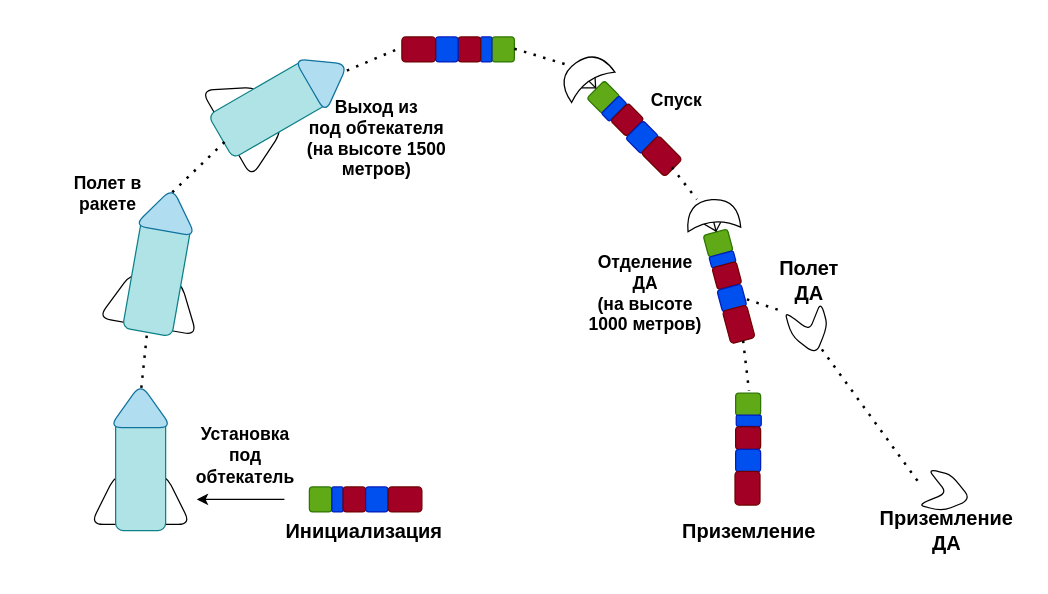
Above: doc/программа полета.drawio in cansat-tsniimash/cansat-KNPN-S (draw.io), before the change. Source tidied: cells renumbered, new cells numbered last; positions are measured from the earlier drawing's top-left corner, leaving out a move shared by most shapes. Both pictures are drawn from the tidied source at 125%, with x=0, y=0 at pixel (46, 26).
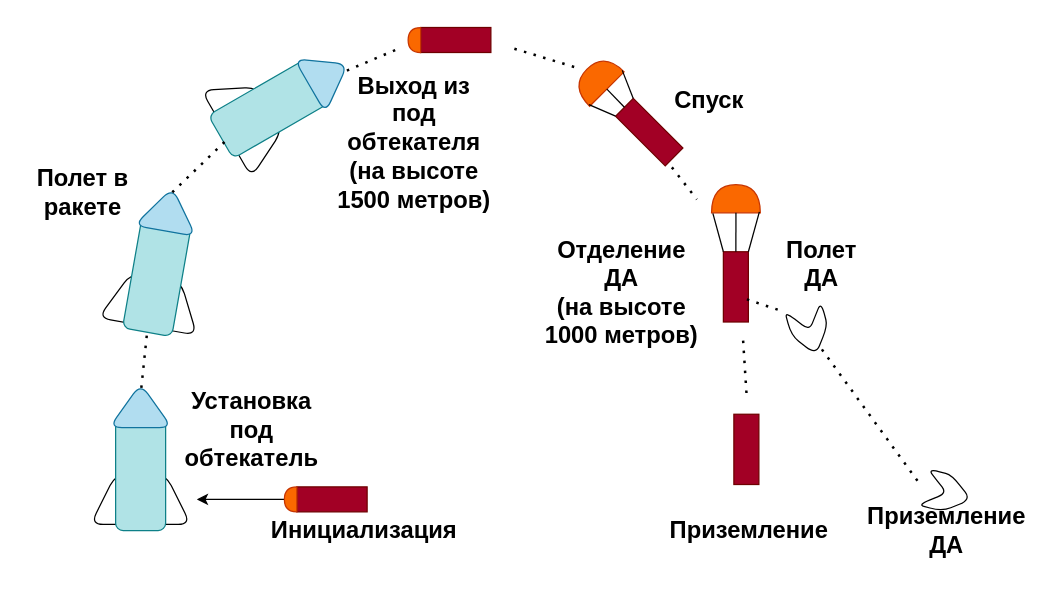
After the change.

Unchanged cells that the change refers to:
```xml
<mxCell id="47" style="group;rotation=30;" parent="1" vertex="1">
  <mxGeometry x="490" y="138" width="103.1" height="103.7" as="geometry" />
</mxCell>
<mxCell id="60" style="group;rotation=45;" parent="1" vertex="1">
  <mxGeometry x="510" y="288" width="103.1" height="130" as="geometry" />
</mxCell>
```

The edit, as a diff of the source:
```diff
@@
-    <mxCell id="2" value="&lt;font style=&quot;font-size: 16px;&quot;&gt;&lt;b&gt;Инициализация&lt;/b&gt;&lt;/font&gt;" style="text;html=1;align=center;verticalAlign=middle;whiteSpace=wrap;rounded=0;" parent="1" vertex="1">
+    <mxCell id="2" value="&lt;font&gt;&lt;b&gt;Инициализация&lt;/b&gt;&lt;/font&gt;" style="text;html=1;align=center;verticalAlign=middle;whiteSpace=wrap;rounded=0;fontSize=19;" parent="1" vertex="1">
       <mxGeometry x="224" y="388" width="60" height="30" as="geometry" />
     </mxCell>
@@
-    <mxCell id="4" value="&lt;font&gt;&lt;b&gt;Установка под обтекатель&lt;/b&gt;&lt;/font&gt;" style="text;html=1;align=center;verticalAlign=middle;whiteSpace=wrap;rounded=0;fontSize=14;" parent="1" vertex="1">
-      <mxGeometry x="110" y="328" width="97.5" height="30" as="geometry" />
+    <mxCell id="4" value="&lt;font&gt;&lt;b&gt;Установка под обтекатель&lt;/b&gt;&lt;/font&gt;" style="text;html=1;align=center;verticalAlign=middle;whiteSpace=wrap;rounded=0;fontSize=19;" parent="1" vertex="1">
+      <mxGeometry x="115" y="308" width="97.5" height="30" as="geometry" />
     </mxCell>
@@
-    <mxCell id="14" value="&lt;font&gt;&lt;b&gt;Полет в&lt;/b&gt;&lt;/font&gt;&lt;div&gt;&lt;font&gt;&lt;b&gt;ракете&lt;/b&gt;&lt;/font&gt;&lt;/div&gt;" style="text;html=1;align=center;verticalAlign=middle;whiteSpace=wrap;rounded=0;fontSize=14;" parent="1" vertex="1">
-      <mxGeometry y="118" width="97.5" height="30" as="geometry" />
+    <mxCell id="14" value="&lt;font&gt;&lt;b&gt;Полет в&lt;/b&gt;&lt;/font&gt;&lt;div&gt;&lt;font&gt;&lt;b&gt;ракете&lt;/b&gt;&lt;/font&gt;&lt;/div&gt;" style="text;html=1;align=center;verticalAlign=middle;whiteSpace=wrap;rounded=0;fontSize=19;" parent="1" vertex="1">
+      <mxGeometry x="-20" y="118" width="97.5" height="30" as="geometry" />
     </mxCell>
@@
-    <mxCell id="20" value="&lt;b&gt;Выход из&lt;/b&gt;&lt;div&gt;&lt;b&gt;под обтекателя&lt;/b&gt;&lt;/div&gt;&lt;div&gt;&lt;b&gt;(на высоте 1500 метров)&lt;/b&gt;&lt;/div&gt;" style="text;html=1;align=center;verticalAlign=middle;whiteSpace=wrap;rounded=0;fontSize=14;" parent="1" vertex="1">
-      <mxGeometry x="200" y="74.2" width="127.5" height="30" as="geometry" />
+    <mxCell id="20" value="&lt;b&gt;Выход из&lt;/b&gt;&lt;div&gt;&lt;b&gt;под обтекателя&lt;/b&gt;&lt;/div&gt;&lt;div&gt;&lt;b&gt;(на высоте 1500 метров)&lt;/b&gt;&lt;/div&gt;" style="text;html=1;align=center;verticalAlign=middle;whiteSpace=wrap;rounded=0;fontSize=19;" parent="1" vertex="1">
+      <mxGeometry x="230.2" y="78" width="127.5" height="30" as="geometry" />
     </mxCell>
-    <mxCell id="21" style="group;" parent="1" vertex="1">
-      <mxGeometry x="210" y="368" width="90" height="20" as="geometry" />
-    </mxCell>
-    <mxCell id="22" style="rounded=1;whiteSpace=wrap;html=1;fillColor=#60a917;fontColor=#ffffff;strokeColor=#2D7600;" parent="21" vertex="1">
-      <mxGeometry width="18" height="20" as="geometry" />
-    </mxCell>
-    <mxCell id="23" style="rounded=1;whiteSpace=wrap;html=1;fillColor=#0050ef;fontColor=#ffffff;strokeColor=#001DBC;" parent="21" vertex="1">
-      <mxGeometry x="18" width="9" height="20" as="geometry" />
-    </mxCell>
-    <mxCell id="24" style="rounded=1;whiteSpace=wrap;html=1;fillColor=#a20025;fontColor=#ffffff;strokeColor=#6F0000;direction=south;" parent="21" vertex="1">
-      <mxGeometry x="27" width="18" height="20" as="geometry" />
-    </mxCell>
-    <mxCell id="25" style="rounded=1;whiteSpace=wrap;html=1;fillColor=#0050ef;fontColor=#ffffff;strokeColor=#001DBC;" parent="21" vertex="1">
-      <mxGeometry x="45" width="18" height="20" as="geometry" />
-    </mxCell>
-    <mxCell id="26" style="rounded=1;whiteSpace=wrap;html=1;fillColor=#a20025;fontColor=#ffffff;strokeColor=#6F0000;" parent="21" vertex="1">
-      <mxGeometry x="63" width="27" height="20" as="geometry" />
-    </mxCell>
@@
-    <mxCell id="28" style="group;rotation=-180;" parent="1" vertex="1">
-      <mxGeometry x="284" y="8" width="90" height="20" as="geometry" />
-    </mxCell>
-    <mxCell id="29" style="rounded=1;whiteSpace=wrap;html=1;fillColor=#60a917;fontColor=#ffffff;strokeColor=#2D7600;rotation=-180;" parent="28" vertex="1">
-      <mxGeometry x="72" width="18" height="20" as="geometry" />
-    </mxCell>
-    <mxCell id="30" style="rounded=1;whiteSpace=wrap;html=1;fillColor=#0050ef;fontColor=#ffffff;strokeColor=#001DBC;rotation=-180;" parent="28" vertex="1">
-      <mxGeometry x="63" width="9" height="20" as="geometry" />
-    </mxCell>
-    <mxCell id="31" style="rounded=1;whiteSpace=wrap;html=1;fillColor=#a20025;fontColor=#ffffff;strokeColor=#6F0000;direction=south;rotation=-180;" parent="28" vertex="1">
-      <mxGeometry x="45" width="18" height="20" as="geometry" />
-    </mxCell>
-    <mxCell id="32" style="rounded=1;whiteSpace=wrap;html=1;fillColor=#0050ef;fontColor=#ffffff;strokeColor=#001DBC;rotation=-180;" parent="28" vertex="1">
-      <mxGeometry x="27" width="18" height="20" as="geometry" />
-    </mxCell>
-    <mxCell id="33" style="rounded=1;whiteSpace=wrap;html=1;fillColor=#a20025;fontColor=#ffffff;strokeColor=#6F0000;rotation=-180;" parent="28" vertex="1">
-      <mxGeometry width="27" height="20" as="geometry" />
-    </mxCell>
@@
-    <mxCell id="35" style="group;rotation=-30;" parent="1" vertex="1">
-      <mxGeometry x="429.3" y="15.4" width="57" height="117" as="geometry" />
-    </mxCell>
-    <mxCell id="36" style="group;rotation=45;" parent="35" vertex="1">
-      <mxGeometry x="-4" y="56" width="90" height="20" as="geometry" />
-    </mxCell>
-    <mxCell id="37" style="rounded=1;whiteSpace=wrap;html=1;fillColor=#60a917;fontColor=#ffffff;strokeColor=#2D7600;rotation=45;" parent="36" vertex="1">
-      <mxGeometry x="11" y="-25" width="18" height="20" as="geometry" />
-    </mxCell>
-    <mxCell id="38" style="rounded=1;whiteSpace=wrap;html=1;fillColor=#0050ef;fontColor=#ffffff;strokeColor=#001DBC;rotation=45;" parent="36" vertex="1">
-      <mxGeometry x="24" y="-16" width="9" height="20" as="geometry" />
-    </mxCell>
-    <mxCell id="39" style="rounded=1;whiteSpace=wrap;html=1;fillColor=#a20025;fontColor=#ffffff;strokeColor=#6F0000;direction=south;rotation=45;" parent="36" vertex="1">
-      <mxGeometry x="30" y="-7" width="18" height="20" as="geometry" />
-    </mxCell>
-    <mxCell id="40" style="rounded=1;whiteSpace=wrap;html=1;fillColor=#0050ef;fontColor=#ffffff;strokeColor=#001DBC;rotation=45;" parent="36" vertex="1">
-      <mxGeometry x="42" y="7" width="18" height="20" as="geometry" />
-    </mxCell>
-    <mxCell id="41" style="rounded=1;whiteSpace=wrap;html=1;fillColor=#a20025;fontColor=#ffffff;strokeColor=#6F0000;rotation=45;" parent="36" vertex="1">
-      <mxGeometry x="53" y="22" width="27" height="20" as="geometry" />
-    </mxCell>
-    <mxCell id="42" style="endArrow=none;html=1;rounded=0;exitX=-0.037;exitY=0.449;exitDx=0;exitDy=0;exitPerimeter=0;entryX=0.21;entryY=0.312;entryDx=0;entryDy=0;entryPerimeter=0;" parent="35" edge="1" source="37" target="43">
-      <mxGeometry relative="1" as="geometry" />
-    </mxCell>
-    <mxCell id="43" style="shape=xor;whiteSpace=wrap;html=1;rotation=-125;" parent="35" vertex="1">
-      <mxGeometry x="-11" y="2" width="23.9" height="42.3" as="geometry" />
-    </mxCell>
-    <mxCell id="44" style="endArrow=none;html=1;rounded=0;exitX=-0.014;exitY=0.453;exitDx=0;exitDy=0;exitPerimeter=0;entryX=0.25;entryY=0.5;entryDx=0;entryDy=0;entryPerimeter=0;" parent="35" edge="1" source="37" target="43">
-      <mxGeometry relative="1" as="geometry" />
-    </mxCell>
-    <mxCell id="45" style="endArrow=none;html=1;rounded=0;exitX=-0.047;exitY=0.452;exitDx=0;exitDy=0;exitPerimeter=0;entryX=0.224;entryY=0.631;entryDx=0;entryDy=0;entryPerimeter=0;" parent="35" edge="1" source="37" target="43">
-      <mxGeometry relative="1" as="geometry" />
-    </mxCell>
-    <mxCell id="46" value="&lt;b&gt;Спуск&lt;/b&gt;" style="text;html=1;align=center;verticalAlign=middle;whiteSpace=wrap;rounded=0;fontSize=14;" parent="1" vertex="1">
-      <mxGeometry x="440" y="44.2" width="127.5" height="30" as="geometry" />
+    <mxCell id="46" value="&lt;b&gt;Спуск&lt;/b&gt;" style="text;html=1;align=center;verticalAlign=middle;whiteSpace=wrap;rounded=0;fontSize=19;" parent="1" vertex="1">
+      <mxGeometry x="465.6" y="44.9" width="127.5" height="28.8" as="geometry" />
     </mxCell>
@@
-    <mxCell id="48" style="group;rotation=75;" parent="47" vertex="1">
-      <mxGeometry x="11" y="60" width="90" height="20" as="geometry" />
-    </mxCell>
-    <mxCell id="49" style="rounded=1;whiteSpace=wrap;html=1;fillColor=#60a917;fontColor=#ffffff;strokeColor=#2D7600;rotation=75;" parent="48" vertex="1">
-      <mxGeometry x="27" y="-35" width="18" height="20" as="geometry" />
-    </mxCell>
-    <mxCell id="50" style="rounded=1;whiteSpace=wrap;html=1;fillColor=#0050ef;fontColor=#ffffff;strokeColor=#001DBC;rotation=75;" parent="48" vertex="1">
-      <mxGeometry x="35" y="-22" width="9" height="20" as="geometry" />
-    </mxCell>
-    <mxCell id="51" style="rounded=1;whiteSpace=wrap;html=1;fillColor=#a20025;fontColor=#ffffff;strokeColor=#6F0000;direction=south;rotation=75;" parent="48" vertex="1">
-      <mxGeometry x="34" y="-9" width="18" height="20" as="geometry" />
-    </mxCell>
-    <mxCell id="52" style="rounded=1;whiteSpace=wrap;html=1;fillColor=#0050ef;fontColor=#ffffff;strokeColor=#001DBC;rotation=75;" parent="48" vertex="1">
-      <mxGeometry x="38" y="9" width="18" height="20" as="geometry" />
-    </mxCell>
-    <mxCell id="53" style="rounded=1;whiteSpace=wrap;html=1;fillColor=#a20025;fontColor=#ffffff;strokeColor=#6F0000;rotation=75;" parent="48" vertex="1">
-      <mxGeometry x="39" y="30" width="27" height="20" as="geometry" />
-    </mxCell>
-    <mxCell id="54" style="endArrow=none;html=1;rounded=0;exitX=-0.037;exitY=0.449;exitDx=0;exitDy=0;exitPerimeter=0;entryX=0.21;entryY=0.312;entryDx=0;entryDy=0;entryPerimeter=0;" parent="47" edge="1" source="49" target="55">
-      <mxGeometry relative="1" as="geometry" />
-    </mxCell>
-    <mxCell id="55" style="shape=xor;whiteSpace=wrap;html=1;rotation=-95;" parent="47" vertex="1">
-      <mxGeometry x="31" y="-9" width="23.9" height="42.3" as="geometry" />
-    </mxCell>
-    <mxCell id="56" style="endArrow=none;html=1;rounded=0;exitX=-0.014;exitY=0.453;exitDx=0;exitDy=0;exitPerimeter=0;entryX=0.25;entryY=0.5;entryDx=0;entryDy=0;entryPerimeter=0;" parent="47" edge="1" source="49" target="55">
-      <mxGeometry relative="1" as="geometry" />
-    </mxCell>
-    <mxCell id="57" style="endArrow=none;html=1;rounded=0;exitX=-0.047;exitY=0.452;exitDx=0;exitDy=0;exitPerimeter=0;entryX=0.224;entryY=0.631;entryDx=0;entryDy=0;entryPerimeter=0;" parent="47" edge="1" source="49" target="55">
-      <mxGeometry relative="1" as="geometry" />
-    </mxCell>
+    <mxCell id="75" style="rounded=0;whiteSpace=wrap;html=1;fillColor=#a20025;fontColor=#ffffff;strokeColor=#6F0000;rotation=90;" parent="47" vertex="1">
+      <mxGeometry x="33.1" y="60" width="56.2" height="20" as="geometry" />
+    </mxCell>
+    <mxCell id="76" style="shape=or;whiteSpace=wrap;html=1;rotation=-90;fillColor=#fa6800;fontColor=#000000;strokeColor=#C73500;" parent="47" vertex="1">
+      <mxGeometry x="50" y="-20" width="22.5" height="39" as="geometry" />
+    </mxCell>
+    <mxCell id="77" style="endArrow=none;html=1;rounded=0;entryX=-0.021;entryY=0.027;entryDx=0;entryDy=0;entryPerimeter=0;exitX=0;exitY=1;exitDx=0;exitDy=0;" parent="47" edge="1" source="75" target="76">
+      <mxGeometry relative="1" as="geometry" />
+    </mxCell>
+    <mxCell id="78" style="endArrow=none;html=1;rounded=0;exitX=0;exitY=0.5;exitDx=0;exitDy=0;entryX=0;entryY=0.5;entryDx=0;entryDy=0;entryPerimeter=0;" parent="47" edge="1" source="75" target="76">
+      <mxGeometry relative="1" as="geometry" />
+    </mxCell>
-    <mxCell id="58" value="&lt;font&gt;&lt;b&gt;Отделение&lt;/b&gt;&lt;/font&gt;&lt;div&gt;&lt;font&gt;&lt;b&gt;ДА&lt;/b&gt;&lt;/font&gt;&lt;/div&gt;&lt;div&gt;&lt;font&gt;&lt;b&gt;(на высоте 1000 метров)&lt;/b&gt;&lt;/font&gt;&lt;/div&gt;" style="text;html=1;align=center;verticalAlign=middle;whiteSpace=wrap;rounded=0;fontSize=14;" parent="47" vertex="1">
-      <mxGeometry x="-60" y="60" width="97.5" height="30" as="geometry" />
+    <mxCell id="58" value="&lt;font&gt;&lt;b&gt;Отделение&lt;/b&gt;&lt;/font&gt;&lt;div&gt;&lt;font&gt;&lt;b&gt;ДА&lt;/b&gt;&lt;/font&gt;&lt;/div&gt;&lt;div&gt;&lt;font&gt;&lt;b&gt;(на высоте 1000 метров)&lt;/b&gt;&lt;/font&gt;&lt;/div&gt;" style="text;html=1;align=center;verticalAlign=middle;whiteSpace=wrap;rounded=0;fontSize=19;" parent="47" vertex="1">
+      <mxGeometry x="-100" y="60" width="140" height="30" as="geometry" />
     </mxCell>
@@
-    <mxCell id="61" style="group;rotation=90;" parent="60" vertex="1">
-      <mxGeometry x="6" y="40" width="90" height="20" as="geometry" />
-    </mxCell>
-    <mxCell id="62" style="rounded=1;whiteSpace=wrap;html=1;fillColor=#60a917;fontColor=#ffffff;strokeColor=#2D7600;rotation=90;" parent="61" vertex="1">
-      <mxGeometry x="36" y="-36" width="18" height="20" as="geometry" />
-    </mxCell>
-    <mxCell id="63" style="rounded=1;whiteSpace=wrap;html=1;fillColor=#0050ef;fontColor=#ffffff;strokeColor=#001DBC;rotation=90;" parent="61" vertex="1">
-      <mxGeometry x="41" y="-23" width="9" height="20" as="geometry" />
-    </mxCell>
-    <mxCell id="64" style="rounded=1;whiteSpace=wrap;html=1;fillColor=#a20025;fontColor=#ffffff;strokeColor=#6F0000;direction=south;rotation=90;" parent="61" vertex="1">
-      <mxGeometry x="36" y="-9" width="18" height="20" as="geometry" />
-    </mxCell>
-    <mxCell id="65" style="rounded=1;whiteSpace=wrap;html=1;fillColor=#0050ef;fontColor=#ffffff;strokeColor=#001DBC;rotation=90;" parent="61" vertex="1">
-      <mxGeometry x="36" y="9" width="18" height="20" as="geometry" />
-    </mxCell>
-    <mxCell id="66" style="rounded=1;whiteSpace=wrap;html=1;fillColor=#a20025;fontColor=#ffffff;strokeColor=#6F0000;rotation=90;" parent="61" vertex="1">
-      <mxGeometry x="31" y="31" width="27" height="20" as="geometry" />
-    </mxCell>
-    <mxCell id="67" value="&lt;font style=&quot;font-size: 16px;&quot;&gt;&lt;b&gt;Приземление&lt;/b&gt;&lt;/font&gt;" style="text;html=1;align=center;verticalAlign=middle;whiteSpace=wrap;rounded=0;" parent="60" vertex="1">
+    <mxCell id="67" value="&lt;font&gt;&lt;b&gt;Приземление&lt;/b&gt;&lt;/font&gt;" style="text;html=1;align=center;verticalAlign=middle;whiteSpace=wrap;rounded=0;fontSize=19;" parent="60" vertex="1">
       <mxGeometry x="21.5" y="100" width="60" height="30" as="geometry" />
     </mxCell>
+    <mxCell id="79" style="rounded=0;whiteSpace=wrap;html=1;fillColor=#a20025;fontColor=#ffffff;strokeColor=#6F0000;rotation=90;" parent="60" vertex="1">
+      <mxGeometry x="21.5" y="40" width="56.2" height="20" as="geometry" />
+    </mxCell>
-    <mxCell id="68" style="endArrow=none;dashed=1;html=1;dashPattern=1 3;strokeWidth=2;rounded=0;shadow=0;flowAnimation=0;curved=0;strokeColor=default;jumpStyle=arc;entryX=-0.1;entryY=0.465;entryDx=0;entryDy=0;entryPerimeter=0;exitX=1;exitY=0.5;exitDx=0;exitDy=0;" parent="1" edge="1" source="53" target="62">
-      <mxGeometry relative="1" as="geometry" />
+    <mxCell id="68" style="endArrow=none;dashed=1;html=1;dashPattern=1 3;strokeWidth=2;rounded=0;shadow=0;flowAnimation=0;curved=0;strokeColor=default;jumpStyle=arc;exitX=1;exitY=0.5;exitDx=0;exitDy=0;" parent="1" edge="1">
+      <mxGeometry relative="1" as="geometry">
+        <mxPoint x="557" y="251" as="sourcePoint" />
+        <mxPoint x="560" y="298" as="targetPoint" />
+      </mxGeometry>
     </mxCell>
@@
-    <mxCell id="70" value="&lt;font style=&quot;font-size: 16px;&quot;&gt;&lt;b&gt;Полет ДА&lt;/b&gt;&lt;/font&gt;" style="text;html=1;align=center;verticalAlign=middle;whiteSpace=wrap;rounded=0;" parent="1" vertex="1">
-      <mxGeometry x="580" y="188" width="60" height="30" as="geometry" />
+    <mxCell id="70" value="&lt;font&gt;&lt;b&gt;Полет ДА&lt;/b&gt;&lt;/font&gt;" style="text;html=1;align=center;verticalAlign=middle;whiteSpace=wrap;rounded=0;fontSize=19;" parent="1" vertex="1">
+      <mxGeometry x="590" y="174.8" width="60" height="30" as="geometry" />
     </mxCell>
@@
-    <mxCell id="74" value="&lt;font style=&quot;font-size: 16px;&quot;&gt;&lt;b&gt;Приземление ДА&lt;/b&gt;&lt;/font&gt;" style="text;html=1;align=center;verticalAlign=middle;whiteSpace=wrap;rounded=0;" parent="1" vertex="1">
+    <mxCell id="74" value="&lt;font&gt;&lt;b&gt;Приземление ДА&lt;/b&gt;&lt;/font&gt;" style="text;html=1;align=center;verticalAlign=middle;whiteSpace=wrap;rounded=0;fontSize=19;" parent="1" vertex="1">
       <mxGeometry x="690" y="388" width="60" height="30" as="geometry" />
     </mxCell>
+    <mxCell id="80" style="rounded=0;whiteSpace=wrap;html=1;fillColor=#a20025;fontColor=#ffffff;strokeColor=#6F0000;" parent="1" vertex="1">
+      <mxGeometry x="200" y="368" width="56.2" height="20" as="geometry" />
+    </mxCell>
+    <mxCell id="81" style="shape=or;whiteSpace=wrap;html=1;rotation=-180;fillColor=#fa6800;fontColor=#000000;strokeColor=#C73500;" parent="1" vertex="1">
+      <mxGeometry x="190" y="368" width="10" height="20" as="geometry" />
+    </mxCell>
+    <mxCell id="82" style="rounded=0;whiteSpace=wrap;html=1;fillColor=#a20025;fontColor=#ffffff;strokeColor=#6F0000;" parent="1" vertex="1">
+      <mxGeometry x="299" y="0.5" width="56.2" height="20" as="geometry" />
+    </mxCell>
+    <mxCell id="83" style="shape=or;whiteSpace=wrap;html=1;rotation=-180;fillColor=#fa6800;fontColor=#000000;strokeColor=#C73500;" parent="1" vertex="1">
+      <mxGeometry x="289" y="0.5" width="10" height="20" as="geometry" />
+    </mxCell>
+    <mxCell id="84" style="shape=or;whiteSpace=wrap;html=1;rotation=-135;fillColor=#fa6800;fontColor=#000000;strokeColor=#C73500;" parent="1" vertex="1">
+      <mxGeometry x="428.8" y="22.3" width="22.5" height="39" as="geometry" />
+    </mxCell>
+    <mxCell id="85" style="rounded=0;whiteSpace=wrap;html=1;fillColor=#a20025;fontColor=#ffffff;strokeColor=#6F0000;rotation=45;" parent="1" vertex="1">
+      <mxGeometry x="453.8" y="74.2" width="56.2" height="20" as="geometry" />
+    </mxCell>
+    <mxCell id="86" style="endArrow=none;html=1;rounded=0;entryX=0.06;entryY=0.015;entryDx=0;entryDy=0;entryPerimeter=0;exitX=0;exitY=1;exitDx=0;exitDy=0;" parent="1" edge="1" source="85" target="84">
+      <mxGeometry relative="1" as="geometry" />
+    </mxCell>
+    <mxCell id="87" style="endArrow=none;html=1;rounded=0;entryX=0.06;entryY=0.015;entryDx=0;entryDy=0;entryPerimeter=0;exitX=0;exitY=0;exitDx=0;exitDy=0;" parent="1" edge="1" source="85">
+      <mxGeometry relative="1" as="geometry">
+        <mxPoint x="460.3" y="34.8" as="targetPoint" />
+      </mxGeometry>
+    </mxCell>
+    <mxCell id="88" style="endArrow=none;html=1;rounded=0;exitX=0;exitY=0.5;exitDx=0;exitDy=0;entryX=0;entryY=0.5;entryDx=0;entryDy=0;entryPerimeter=0;" parent="1" edge="1" source="85" target="84">
+      <mxGeometry relative="1" as="geometry" />
+    </mxCell>
+    <mxCell id="89" style="endArrow=none;html=1;rounded=0;exitX=0;exitY=0;exitDx=0;exitDy=0;" parent="1" edge="1" source="75">
+      <mxGeometry relative="1" as="geometry">
+        <mxPoint x="570" y="148" as="targetPoint" />
+      </mxGeometry>
+    </mxCell>
```
